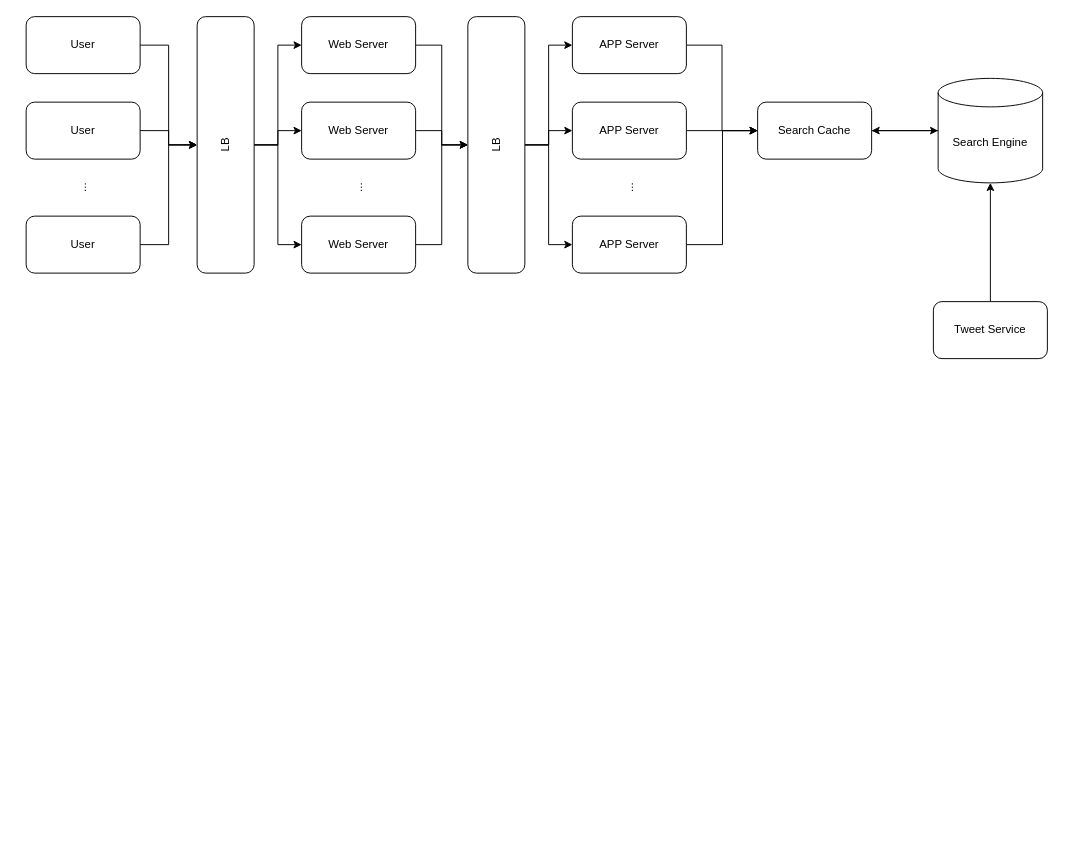
Before: Design Twitter Search.drawio in whmou/component-archs, a draw.io diagram. Source tidied: cells renumbered, new cells numbered last; positions are measured from the earlier drawing's top-left corner, leaving out a move shared by most shapes. Both pictures are drawn from the tidied source at 95%, with x=0, y=0 at pixel (26, 16).
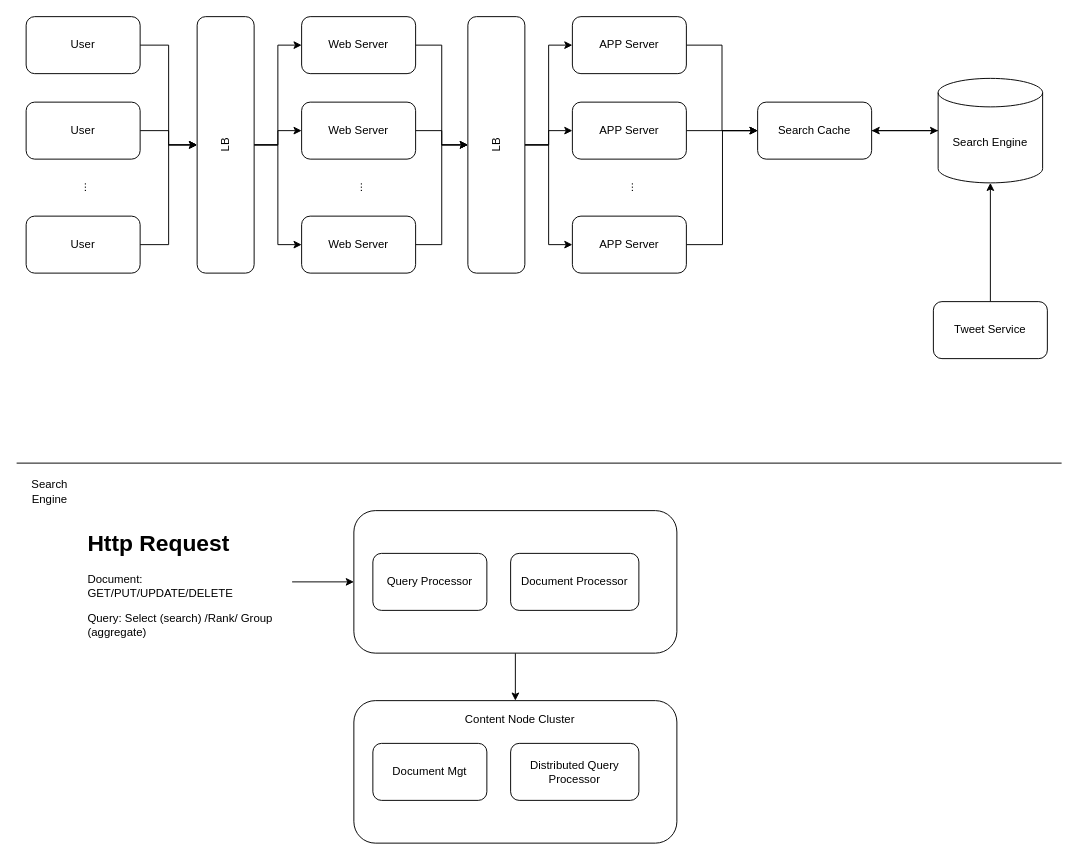
The same page after the edit.

What changed in the source:
```diff
@@
+    <mxCell id="37" style="endArrow=none;html=1;" parent="1" edge="1">
+      <mxGeometry relative="1" as="geometry">
+        <mxPoint x="-10" y="470" as="sourcePoint" />
+        <mxPoint x="1090" y="470" as="targetPoint" />
+      </mxGeometry>
+    </mxCell>
+    <mxCell id="38" value="Search Engine" style="text;html=1;strokeColor=none;fillColor=none;align=center;verticalAlign=middle;whiteSpace=wrap;rounded=0;" parent="1" vertex="1">
+      <mxGeometry x="-10" y="480" width="70" height="40" as="geometry" />
+    </mxCell>
+    <mxCell id="39" style="edgeStyle=orthogonalEdgeStyle;rounded=0;jettySize=auto;html=1;entryX=0.5;entryY=0;entryDx=0;entryDy=0;" parent="1" edge="1" source="40" target="43">
+      <mxGeometry relative="1" as="geometry" />
+    </mxCell>
+    <mxCell id="40" style="rounded=1;whiteSpace=wrap;html=1;" parent="1" vertex="1">
+      <mxGeometry x="345" y="520" width="340" height="150" as="geometry" />
+    </mxCell>
+    <mxCell id="41" value="Query Processor" style="rounded=1;whiteSpace=wrap;html=1;" parent="1" vertex="1">
+      <mxGeometry x="365" y="565" width="120" height="60" as="geometry" />
+    </mxCell>
+    <mxCell id="42" value="Document Processor" style="rounded=1;whiteSpace=wrap;html=1;" parent="1" vertex="1">
+      <mxGeometry x="510" y="565" width="135" height="60" as="geometry" />
+    </mxCell>
+    <mxCell id="43" style="rounded=1;whiteSpace=wrap;html=1;" parent="1" vertex="1">
+      <mxGeometry x="345" y="720" width="340" height="150" as="geometry" />
+    </mxCell>
+    <mxCell id="44" value="Document Mgt" style="rounded=1;whiteSpace=wrap;html=1;" parent="1" vertex="1">
+      <mxGeometry x="365" y="765" width="120" height="60" as="geometry" />
+    </mxCell>
+    <mxCell id="45" value="Distributed Query Processor" style="rounded=1;whiteSpace=wrap;html=1;" parent="1" vertex="1">
+      <mxGeometry x="510" y="765" width="135" height="60" as="geometry" />
+    </mxCell>
+    <mxCell id="46" value="Content Node Cluster" style="text;html=1;strokeColor=none;fillColor=none;align=center;verticalAlign=middle;whiteSpace=wrap;rounded=0;" parent="1" vertex="1">
+      <mxGeometry x="445" y="730" width="150" height="20" as="geometry" />
+    </mxCell>
+    <mxCell id="47" style="edgeStyle=orthogonalEdgeStyle;rounded=0;jettySize=auto;html=1;entryX=0;entryY=0.5;entryDx=0;entryDy=0;" parent="1" edge="1" source="48" target="40">
+      <mxGeometry relative="1" as="geometry" />
+    </mxCell>
+    <mxCell id="48" value="&lt;h1&gt;Http Request&lt;/h1&gt;&lt;p&gt;Document: GET/PUT/UPDATE/DELETE&lt;/p&gt;&lt;p&gt;Query: Select (search) /Rank/ Group (aggregate)&lt;/p&gt;" style="text;html=1;strokeColor=none;fillColor=none;spacing=5;spacingTop=-20;whiteSpace=wrap;overflow=hidden;rounded=0;" parent="1" vertex="1">
+      <mxGeometry x="60" y="535" width="220" height="120" as="geometry" />
+    </mxCell>
```
